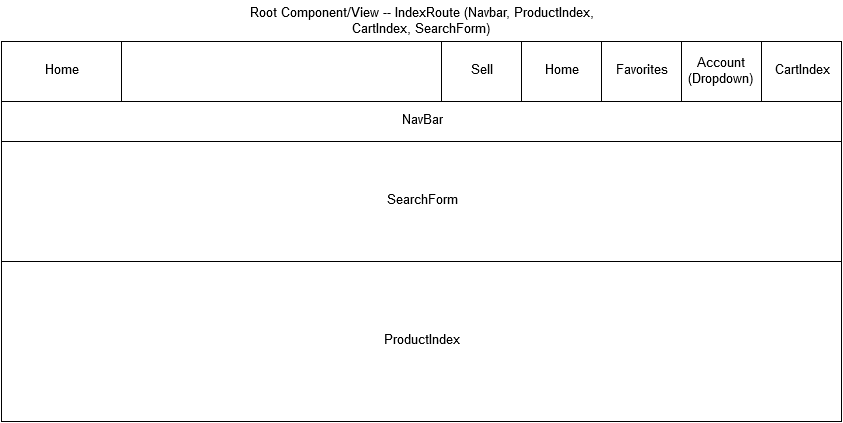
Above: docs/wireframes/root.png in jonathol/etsy (draw.io), before the change. Source tidied: cells renumbered, new cells last; positions are measured from the earlier drawing's top-left corner, leaving out a move shared by most shapes.
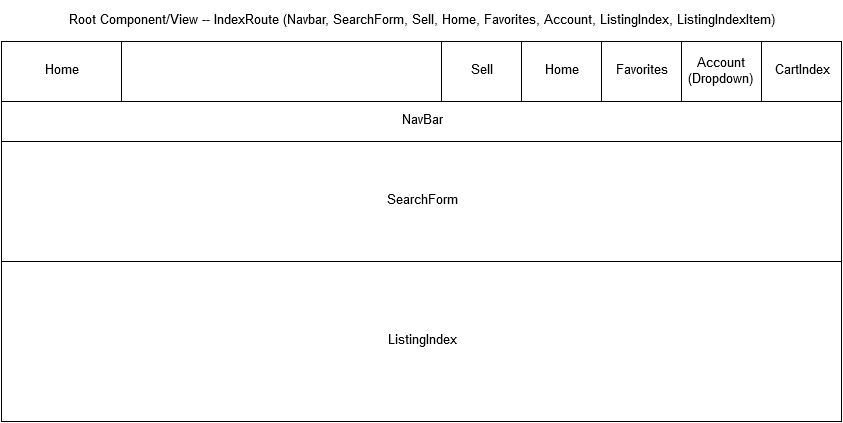
Above is the later version.

What changed in the source:
```diff
@@ -2,7 +2,7 @@
   <root>
     <mxCell id="0" />
     <mxCell id="1" parent="0" />
-    <mxCell id="2" value="Root Component/View -- IndexRoute (Navbar, ProductIndex, &lt;br&gt;CartIndex, SearchForm)&lt;br&gt;" style="text;strokeColor=none;fillColor=none;align=center;verticalAlign=middle;overflow=hidden;rounded=0;fontSize=13;fontColor=#000000;textDirection=ltr;whiteSpace=wrap;html=1;" parent="1" vertex="1">
+    <mxCell id="2" value="Root Component/View -- IndexRoute (Navbar, SearchForm, Sell, Home, Favorites, Account, ListingIndex, ListingIndexItem)&lt;br&gt;" style="text;strokeColor=none;fillColor=none;align=center;verticalAlign=middle;overflow=hidden;rounded=0;fontSize=13;fontColor=#000000;textDirection=ltr;whiteSpace=wrap;html=1;" parent="1" vertex="1">
       <mxGeometry width="840" height="40" as="geometry" />
     </mxCell>
     <mxCell id="3" style="whiteSpace=wrap;html=1;rounded=0;strokeColor=#000000;strokeWidth=1;fillColor=#ffffff;fontSize=13;fontColor=#000000;" parent="1" vertex="1">
@@ -62,7 +62,7 @@
     <mxCell id="21" style="whiteSpace=wrap;html=1;rounded=0;strokeColor=#000000;strokeWidth=1;fillColor=#ffffff;fontSize=13;fontColor=#000000;" parent="1" vertex="1">
       <mxGeometry y="260" width="840" height="160" as="geometry" />
     </mxCell>
-    <mxCell id="22" value="ProductIndex" style="text;html=1;strokeColor=none;fillColor=none;align=center;verticalAlign=middle;whiteSpace=wrap;overflow=hidden;rounded=0;fontSize=13;fontColor=#000000;" parent="1" vertex="1">
+    <mxCell id="22" value="ListingIndex" style="text;html=1;strokeColor=none;fillColor=none;align=center;verticalAlign=middle;whiteSpace=wrap;overflow=hidden;rounded=0;fontSize=13;fontColor=#000000;" parent="1" vertex="1">
       <mxGeometry y="260" width="840" height="160" as="geometry" />
     </mxCell>
   </root>
```
